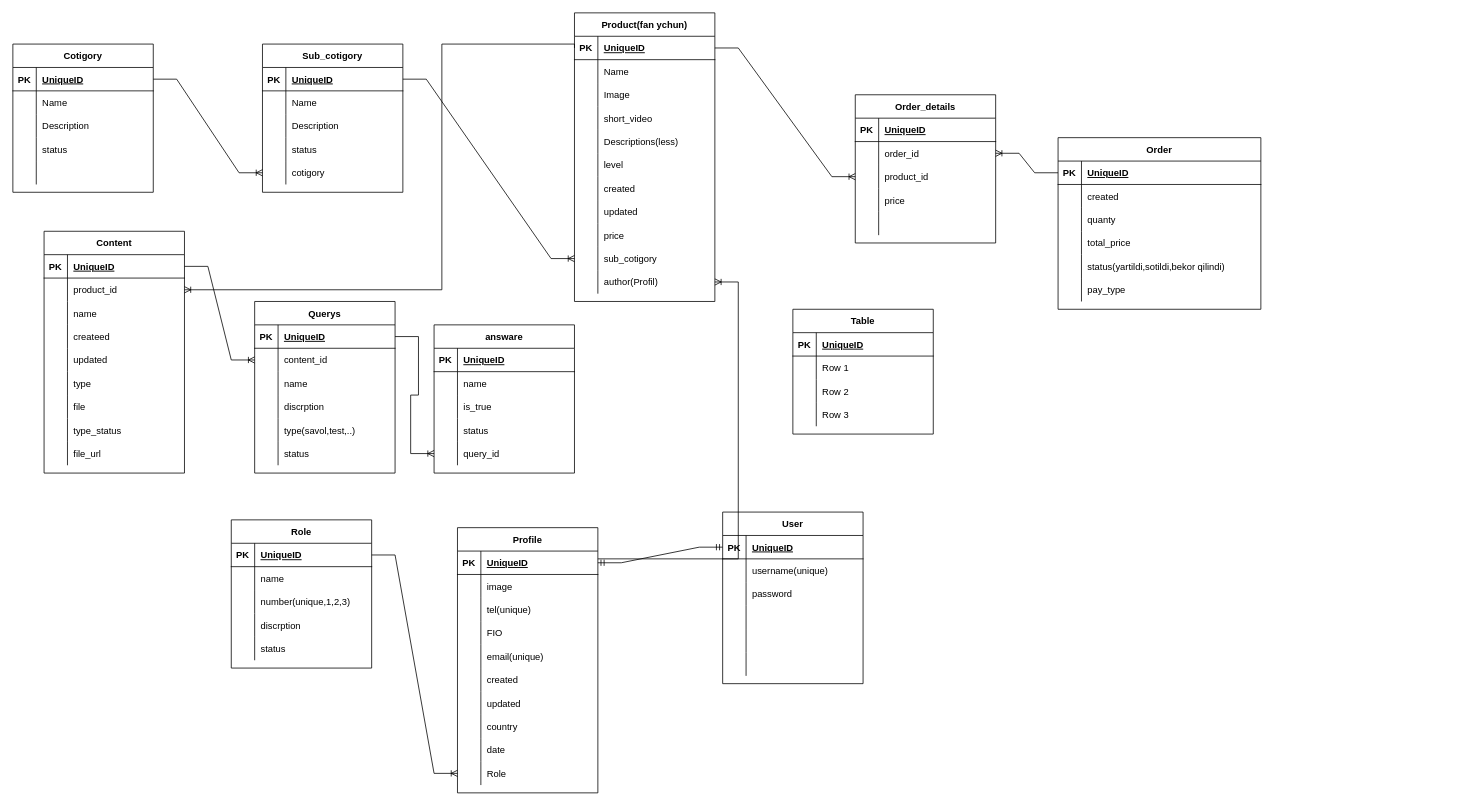
Earlier version of the draw.io diagram page "Страница 1" (1 of 2) of portal.drawio (Ramziddin-ice/study_portal). Source tidied: cells renumbered, new cells numbered last; positions are measured from the earlier drawing's top-left corner, leaving out a move shared by most shapes. Both pictures are drawn from the tidied source at 78%, with x=0, y=0 at pixel (12, 12).
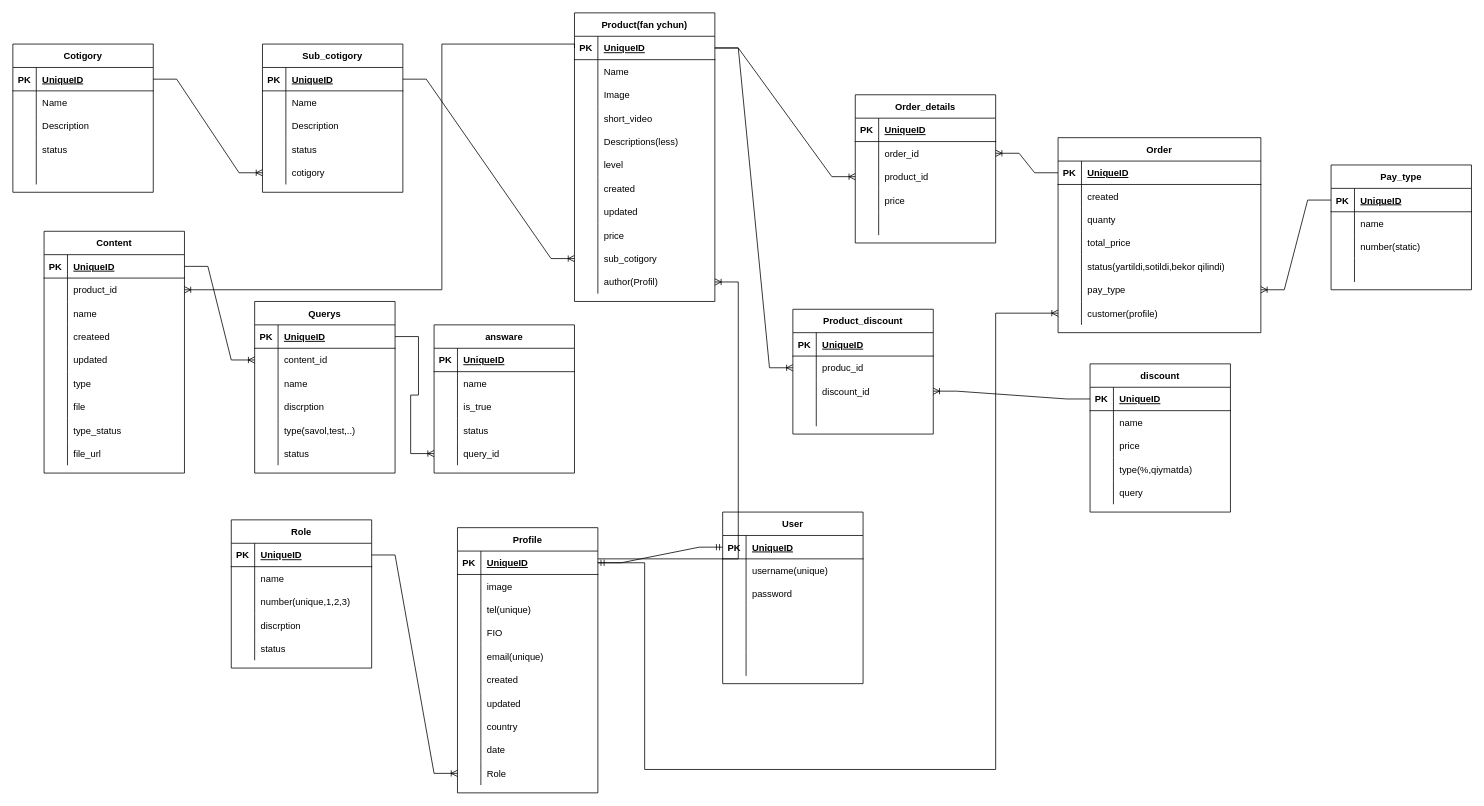
The same page after the edit.

The change refers to these unchanged cells:
```xml
<mxCell id="3" style="shape=tableRow;horizontal=0;startSize=0;swimlaneHead=0;swimlaneBody=0;fillColor=none;points=[[0,0.5],[1,0.5]];portConstraint=eastwest;top=0;left=0;right=0;bottom=1;" parent="2" vertex="1">
  <mxGeometry y="30" width="180" height="30" as="geometry" />
</mxCell>
<mxCell id="153" style="shape=tableRow;horizontal=0;startSize=0;swimlaneHead=0;swimlaneBody=0;fillColor=none;points=[[0,0.5],[1,0.5]];portConstraint=eastwest;top=0;left=0;right=0;bottom=1;" parent="152" vertex="1">
  <mxGeometry y="30" width="180" height="30" as="geometry" />
</mxCell>
<mxCell id="221" style="shape=tableRow;horizontal=0;startSize=0;swimlaneHead=0;swimlaneBody=0;fillColor=none;points=[[0,0.5],[1,0.5]];portConstraint=eastwest;top=0;left=0;right=0;bottom=0;" parent="205" vertex="1">
  <mxGeometry y="180" width="260" height="30" as="geometry" />
</mxCell>
<mxCell id="246" style="shape=tableRow;horizontal=0;startSize=0;swimlaneHead=0;swimlaneBody=0;fillColor=none;points=[[0,0.5],[1,0.5]];portConstraint=eastwest;top=0;left=0;right=0;bottom=0;" parent="242" vertex="1">
  <mxGeometry y="60" width="180" height="30" as="geometry" />
</mxCell>
<mxCell id="249" style="shape=tableRow;horizontal=0;startSize=0;swimlaneHead=0;swimlaneBody=0;fillColor=none;points=[[0,0.5],[1,0.5]];portConstraint=eastwest;top=0;left=0;right=0;bottom=0;" parent="242" vertex="1">
  <mxGeometry y="90" width="180" height="30" as="geometry" />
</mxCell>
<mxCell id="252" style="shape=tableRow;horizontal=0;startSize=0;swimlaneHead=0;swimlaneBody=0;fillColor=none;top=0;left=0;right=0;bottom=0;" parent="242" vertex="1">
  <mxGeometry y="120" width="180" height="30" as="geometry" />
</mxCell>
```

What changed in the source:
```diff
@@
     <mxCell id="205" value="Order" style="shape=table;startSize=30;childLayout=tableLayout;rowLines=0;fontStyle=1;align=center;" parent="1" vertex="1">
-      <mxGeometry x="1340" y="160" width="260" height="220" as="geometry" />
+      <mxGeometry x="1340" y="160" width="260" height="250" as="geometry" />
     </mxCell>
@@
+    <mxCell id="255" style="shape=tableRow;horizontal=0;startSize=0;swimlaneHead=0;swimlaneBody=0;fillColor=none;points=[[0,0.5],[1,0.5]];portConstraint=eastwest;top=0;left=0;right=0;bottom=0;" parent="205" vertex="1">
+      <mxGeometry y="210" width="260" height="30" as="geometry" />
+    </mxCell>
+    <mxCell id="256" style="shape=partialRectangle;fillColor=none;top=0;left=0;bottom=0;right=0;overflow=hidden;" parent="255" vertex="1">
+      <mxGeometry width="30" height="30" as="geometry" />
+    </mxCell>
+    <mxCell id="257" value="customer(profile)" style="shape=partialRectangle;fillColor=none;top=0;left=0;bottom=0;right=0;align=left;spacingLeft=6;overflow=hidden;" parent="255" vertex="1">
+      <mxGeometry x="30" width="230" height="30" as="geometry" />
+    </mxCell>
@@
-    <mxCell id="242" value="Table" style="shape=table;startSize=30;childLayout=tableLayout;rowLines=0;fontStyle=1;align=center;" parent="1" vertex="1">
+    <mxCell id="242" value="Product_discount" style="shape=table;startSize=30;childLayout=tableLayout;rowLines=0;fontStyle=1;align=center;" parent="1" vertex="1">
       <mxGeometry x="1000" y="380" width="180" height="160" as="geometry" />
     </mxCell>
@@
-    <mxCell id="248" value="Row 1" style="shape=partialRectangle;fillColor=none;top=0;left=0;bottom=0;right=0;align=left;spacingLeft=6;overflow=hidden;" parent="246" vertex="1">
+    <mxCell id="248" value="produc_id" style="shape=partialRectangle;fillColor=none;top=0;left=0;bottom=0;right=0;align=left;spacingLeft=6;overflow=hidden;" parent="246" vertex="1">
       <mxGeometry x="30" width="150" height="30" as="geometry" />
     </mxCell>
@@
-    <mxCell id="251" value="Row 2" style="shape=partialRectangle;fillColor=none;top=0;left=0;bottom=0;right=0;align=left;spacingLeft=6;overflow=hidden;" parent="249" vertex="1">
+    <mxCell id="251" value="discount_id" style="shape=partialRectangle;fillColor=none;top=0;left=0;bottom=0;right=0;align=left;spacingLeft=6;overflow=hidden;" parent="249" vertex="1">
       <mxGeometry x="30" width="150" height="30" as="geometry" />
     </mxCell>
@@
-    <mxCell id="254" value="Row 3" style="shape=partialRectangle;fillColor=none;top=0;left=0;bottom=0;right=0;align=left;spacingLeft=6;overflow=hidden;" parent="252" vertex="1">
+    <mxCell id="254" style="shape=partialRectangle;fillColor=none;top=0;left=0;bottom=0;right=0;align=left;spacingLeft=6;overflow=hidden;" parent="252" vertex="1">
       <mxGeometry x="30" width="150" height="30" as="geometry" />
     </mxCell>
+    <mxCell id="258" value="Pay_type" style="shape=table;startSize=30;childLayout=tableLayout;rowLines=0;fontStyle=1;align=center;" parent="1" vertex="1">
+      <mxGeometry x="1690" y="195" width="180" height="160" as="geometry" />
+    </mxCell>
+    <mxCell id="259" style="shape=tableRow;horizontal=0;startSize=0;swimlaneHead=0;swimlaneBody=0;fillColor=none;points=[[0,0.5],[1,0.5]];portConstraint=eastwest;top=0;left=0;right=0;bottom=1;" parent="258" vertex="1">
+      <mxGeometry y="30" width="180" height="30" as="geometry" />
+    </mxCell>
+    <mxCell id="260" value="PK" style="shape=partialRectangle;fillColor=none;top=0;left=0;bottom=0;right=0;fontStyle=1;overflow=hidden;" parent="259" vertex="1">
+      <mxGeometry width="30" height="30" as="geometry" />
+    </mxCell>
+    <mxCell id="261" value="UniqueID" style="shape=partialRectangle;fillColor=none;top=0;left=0;bottom=0;right=0;align=left;spacingLeft=6;fontStyle=5;overflow=hidden;" parent="259" vertex="1">
+      <mxGeometry x="30" width="150" height="30" as="geometry" />
+    </mxCell>
+    <mxCell id="262" style="shape=tableRow;horizontal=0;startSize=0;swimlaneHead=0;swimlaneBody=0;fillColor=none;top=0;left=0;right=0;bottom=0;" parent="258" vertex="1">
+      <mxGeometry y="60" width="180" height="30" as="geometry" />
+    </mxCell>
+    <mxCell id="263" style="shape=partialRectangle;fillColor=none;top=0;left=0;bottom=0;right=0;overflow=hidden;" parent="262" vertex="1">
+      <mxGeometry width="30" height="30" as="geometry" />
+    </mxCell>
+    <mxCell id="264" value="name" style="shape=partialRectangle;fillColor=none;top=0;left=0;bottom=0;right=0;align=left;spacingLeft=6;overflow=hidden;" parent="262" vertex="1">
+      <mxGeometry x="30" width="150" height="30" as="geometry" />
+    </mxCell>
+    <mxCell id="265" style="shape=tableRow;horizontal=0;startSize=0;swimlaneHead=0;swimlaneBody=0;fillColor=none;top=0;left=0;right=0;bottom=0;" parent="258" vertex="1">
+      <mxGeometry y="90" width="180" height="30" as="geometry" />
+    </mxCell>
+    <mxCell id="266" style="shape=partialRectangle;fillColor=none;top=0;left=0;bottom=0;right=0;overflow=hidden;" parent="265" vertex="1">
+      <mxGeometry width="30" height="30" as="geometry" />
+    </mxCell>
+    <mxCell id="267" value="number(static)" style="shape=partialRectangle;fillColor=none;top=0;left=0;bottom=0;right=0;align=left;spacingLeft=6;overflow=hidden;" parent="265" vertex="1">
+      <mxGeometry x="30" width="150" height="30" as="geometry" />
+    </mxCell>
+    <mxCell id="268" style="shape=tableRow;horizontal=0;startSize=0;swimlaneHead=0;swimlaneBody=0;fillColor=none;top=0;left=0;right=0;bottom=0;" parent="258" vertex="1">
+      <mxGeometry y="120" width="180" height="30" as="geometry" />
+    </mxCell>
+    <mxCell id="269" style="shape=partialRectangle;fillColor=none;top=0;left=0;bottom=0;right=0;overflow=hidden;" parent="268" vertex="1">
+      <mxGeometry width="30" height="30" as="geometry" />
+    </mxCell>
+    <mxCell id="270" style="shape=partialRectangle;fillColor=none;top=0;left=0;bottom=0;right=0;align=left;spacingLeft=6;overflow=hidden;" parent="268" vertex="1">
+      <mxGeometry x="30" width="150" height="30" as="geometry" />
+    </mxCell>
+    <mxCell id="271" style="edgeStyle=entityRelationEdgeStyle;fontSize=12;html=1;endArrow=ERoneToMany;rounded=0;" parent="1" edge="1" source="259" target="221">
+      <mxGeometry relative="1" as="geometry" />
+    </mxCell>
+    <mxCell id="272" style="edgeStyle=orthogonalEdgeStyle;fontSize=12;html=1;endArrow=ERoneToMany;rounded=0;" parent="1" edge="1" source="153" target="255">
+      <mxGeometry relative="1" as="geometry">
+        <Array as="points">
+          <mxPoint x="810" y="705" />
+          <mxPoint x="810" y="970" />
+          <mxPoint x="1260" y="970" />
+          <mxPoint x="1260" y="385" />
+        </Array>
+      </mxGeometry>
+    </mxCell>
+    <mxCell id="273" value="discount" style="shape=table;startSize=30;childLayout=tableLayout;rowLines=0;fontStyle=1;align=center;" parent="1" vertex="1">
+      <mxGeometry x="1381" y="450" width="180" height="190" as="geometry" />
+    </mxCell>
+    <mxCell id="274" style="shape=tableRow;horizontal=0;startSize=0;swimlaneHead=0;swimlaneBody=0;fillColor=none;points=[[0,0.5],[1,0.5]];portConstraint=eastwest;top=0;left=0;right=0;bottom=1;" parent="273" vertex="1">
+      <mxGeometry y="30" width="180" height="30" as="geometry" />
+    </mxCell>
+    <mxCell id="275" value="PK" style="shape=partialRectangle;fillColor=none;top=0;left=0;bottom=0;right=0;fontStyle=1;overflow=hidden;" parent="274" vertex="1">
+      <mxGeometry width="30" height="30" as="geometry" />
+    </mxCell>
+    <mxCell id="276" value="UniqueID" style="shape=partialRectangle;fillColor=none;top=0;left=0;bottom=0;right=0;align=left;spacingLeft=6;fontStyle=5;overflow=hidden;" parent="274" vertex="1">
+      <mxGeometry x="30" width="150" height="30" as="geometry" />
+    </mxCell>
+    <mxCell id="277" style="shape=tableRow;horizontal=0;startSize=0;swimlaneHead=0;swimlaneBody=0;fillColor=none;top=0;left=0;right=0;bottom=0;" parent="273" vertex="1">
+      <mxGeometry y="60" width="180" height="30" as="geometry" />
+    </mxCell>
+    <mxCell id="278" style="shape=partialRectangle;fillColor=none;top=0;left=0;bottom=0;right=0;overflow=hidden;" parent="277" vertex="1">
+      <mxGeometry width="30" height="30" as="geometry" />
+    </mxCell>
+    <mxCell id="279" value="name" style="shape=partialRectangle;fillColor=none;top=0;left=0;bottom=0;right=0;align=left;spacingLeft=6;overflow=hidden;" parent="277" vertex="1">
+      <mxGeometry x="30" width="150" height="30" as="geometry" />
+    </mxCell>
+    <mxCell id="280" style="shape=tableRow;horizontal=0;startSize=0;swimlaneHead=0;swimlaneBody=0;fillColor=none;top=0;left=0;right=0;bottom=0;" parent="273" vertex="1">
+      <mxGeometry y="90" width="180" height="30" as="geometry" />
+    </mxCell>
+    <mxCell id="281" style="shape=partialRectangle;fillColor=none;top=0;left=0;bottom=0;right=0;overflow=hidden;" parent="280" vertex="1">
+      <mxGeometry width="30" height="30" as="geometry" />
+    </mxCell>
+    <mxCell id="282" value="price" style="shape=partialRectangle;fillColor=none;top=0;left=0;bottom=0;right=0;align=left;spacingLeft=6;overflow=hidden;" parent="280" vertex="1">
+      <mxGeometry x="30" width="150" height="30" as="geometry" />
+    </mxCell>
+    <mxCell id="283" style="shape=tableRow;horizontal=0;startSize=0;swimlaneHead=0;swimlaneBody=0;fillColor=none;top=0;left=0;right=0;bottom=0;" parent="273" vertex="1">
+      <mxGeometry y="120" width="180" height="30" as="geometry" />
+    </mxCell>
+    <mxCell id="284" style="shape=partialRectangle;fillColor=none;top=0;left=0;bottom=0;right=0;overflow=hidden;" parent="283" vertex="1">
+      <mxGeometry width="30" height="30" as="geometry" />
+    </mxCell>
+    <mxCell id="285" value="type(%,qiymatda)" style="shape=partialRectangle;fillColor=none;top=0;left=0;bottom=0;right=0;align=left;spacingLeft=6;overflow=hidden;" parent="283" vertex="1">
+      <mxGeometry x="30" width="150" height="30" as="geometry" />
+    </mxCell>
+    <mxCell id="286" style="shape=tableRow;horizontal=0;startSize=0;swimlaneHead=0;swimlaneBody=0;fillColor=none;top=0;left=0;right=0;bottom=0;" parent="273" vertex="1">
+      <mxGeometry y="150" width="180" height="30" as="geometry" />
+    </mxCell>
+    <mxCell id="287" style="shape=partialRectangle;fillColor=none;top=0;left=0;bottom=0;right=0;overflow=hidden;" parent="286" vertex="1">
+      <mxGeometry width="30" height="30" as="geometry" />
+    </mxCell>
+    <mxCell id="288" value="query" style="shape=partialRectangle;fillColor=none;top=0;left=0;bottom=0;right=0;align=left;spacingLeft=6;overflow=hidden;" parent="286" vertex="1">
+      <mxGeometry x="30" width="150" height="30" as="geometry" />
+    </mxCell>
+    <mxCell id="289" style="edgeStyle=entityRelationEdgeStyle;fontSize=12;html=1;endArrow=ERoneToMany;rounded=0;entryX=0;entryY=0.5;entryDx=0;entryDy=0;exitX=1;exitY=0.5;exitDx=0;exitDy=0;" parent="1" edge="1" source="3" target="246">
+      <mxGeometry relative="1" as="geometry" />
+    </mxCell>
+    <mxCell id="290" style="edgeStyle=entityRelationEdgeStyle;fontSize=12;html=1;endArrow=ERoneToMany;rounded=0;exitX=0;exitY=0.5;exitDx=0;exitDy=0;" parent="1" edge="1" source="274" target="249">
+      <mxGeometry relative="1" as="geometry" />
+    </mxCell>
```
